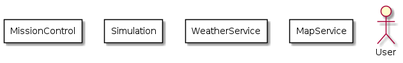
This is uml_diagrams/use_case_diagram/use_case_diagram.png from andrewellio/mission-control-, a PlantUML export, as it was before one commit.
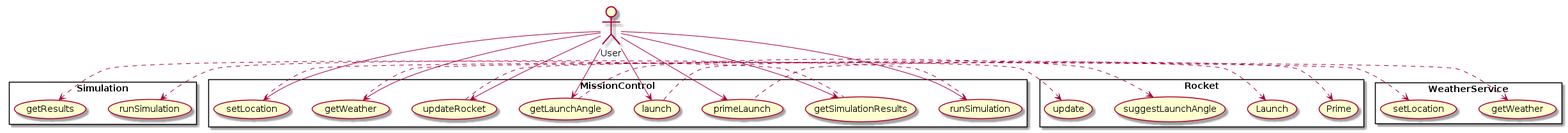
Later version of the same file.

Commit message:
Update use case diagram

What changed in the source:
```diff
@@ -9,18 +9,39 @@
 actor User
 
 rectangle MissionControl {
-
+	(runSimulation) as RS
+	(updateRocket) as UR
+	(getWeather) as GW
+	(primeLaunch) as PL
+	(launch) as L
+	(getLaunchAngle) as GLA
+	(setLocation) as SL
+	(getSimulationResults) as GSR
 }
 
+User --> RS
+User --> UR
+User --> GW
+User --> PL
+User --> L
+User --> GLA
+User --> SL
+User --> GSR
+
 rectangle Simulation {
+	(runSimulation) <. RS
+	(getResults) <. GSR
+}
 
+rectangle Rocket {
+		(Prime) <. PL
+		(Launch) <. L
+		(suggestLaunchAngle) <. GLA
+		(update) <. UR
 }
 
 rectangle WeatherService {
-
-}
-
-rectangle MapService {
-
+	(getWeather) <. GW
+	(setLocation) <. SL
 }
 @enduml
```
